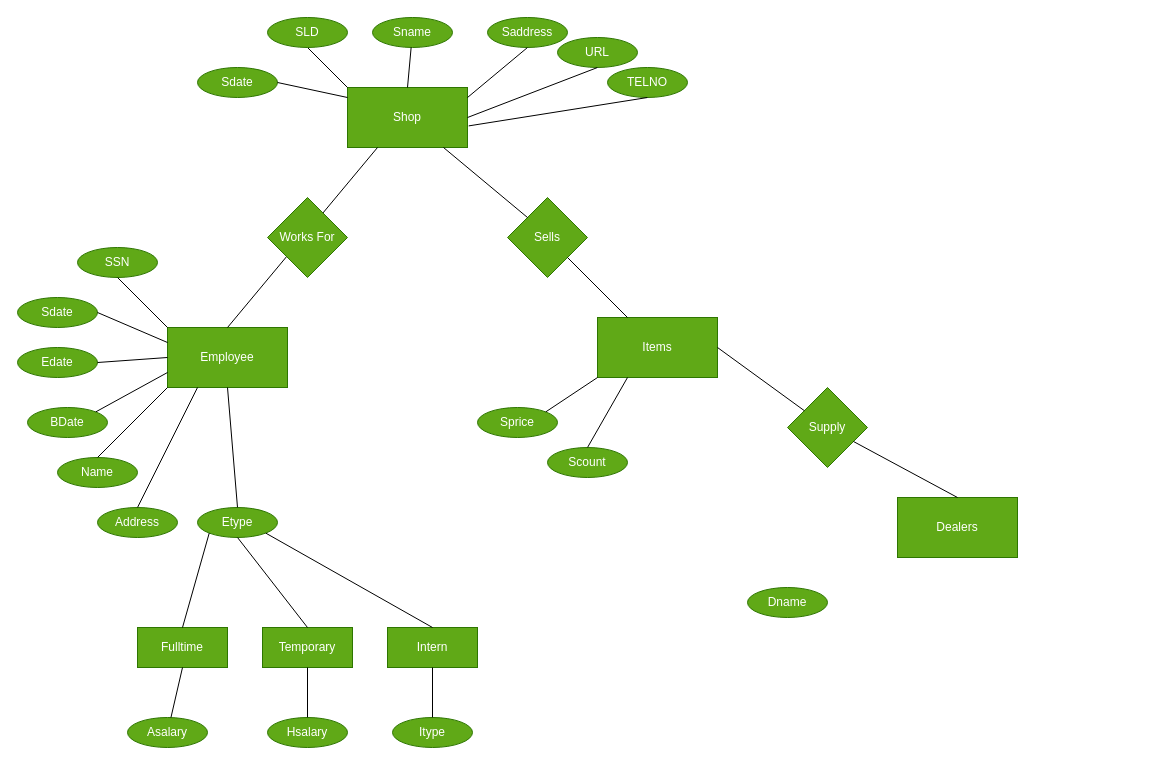
This is EER_Diagram.drawio from n1ck007/cse3330_project, a draw.io file, before an edit. Source tidied: cells renumbered, new cells numbered last; positions are measured from the earlier drawing's top-left corner, leaving out a move shared by most shapes. Both pictures are drawn from the tidied source at 100%, with x=0, y=0 at pixel (17, 17).
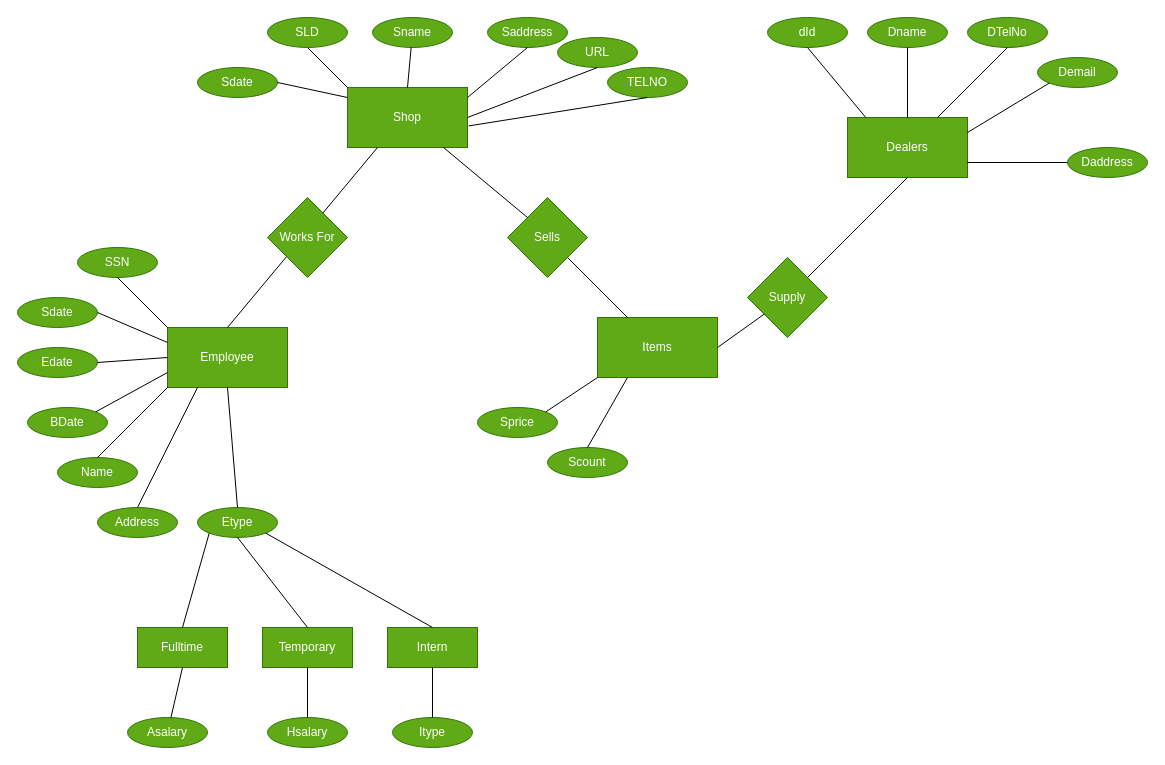
Above is the later version.

Change to the diagram source:
```diff
@@
     <mxCell id="38" value="Dealers" style="rounded=0;whiteSpace=wrap;html=1;fillColor=#60a917;fontColor=#ffffff;strokeColor=#2D7600;" parent="1" vertex="1">
-      <mxGeometry x="880" y="480" width="120" height="60" as="geometry" />
+      <mxGeometry x="830" y="100" width="120" height="60" as="geometry" />
     </mxCell>
     <mxCell id="39" value="Supply" style="rhombus;whiteSpace=wrap;html=1;fillColor=#60a917;fontColor=#ffffff;strokeColor=#2D7600;" parent="1" vertex="1">
-      <mxGeometry x="770" y="370" width="80" height="80" as="geometry" />
+      <mxGeometry x="730" y="240" width="80" height="80" as="geometry" />
     </mxCell>
-    <mxCell id="40" style="endArrow=none;html=1;rounded=0;exitX=0.5;exitY=0;exitDx=0;exitDy=0;" parent="1" edge="1" source="38" target="39">
+    <mxCell id="40" style="endArrow=none;html=1;rounded=0;exitX=0.5;exitY=1;exitDx=0;exitDy=0;" parent="1" edge="1" source="38" target="39">
       <mxGeometry relative="1" as="geometry" />
     </mxCell>
@@
     <mxCell id="42" value="Dname" style="ellipse;whiteSpace=wrap;html=1;fillColor=#60a917;fontColor=#ffffff;strokeColor=#2D7600;" parent="1" vertex="1">
-      <mxGeometry x="730" y="570" width="80" height="30" as="geometry" />
+      <mxGeometry x="850" width="80" height="30" as="geometry" />
     </mxCell>
@@
+    <mxCell id="57" value="dId" style="ellipse;whiteSpace=wrap;html=1;fillColor=#60a917;fontColor=#ffffff;strokeColor=#2D7600;" parent="1" vertex="1">
+      <mxGeometry x="750" width="80" height="30" as="geometry" />
+    </mxCell>
+    <mxCell id="58" style="endArrow=none;html=1;rounded=0;entryX=0.5;entryY=1;entryDx=0;entryDy=0;exitX=0.152;exitY=-0.001;exitDx=0;exitDy=0;exitPerimeter=0;" parent="1" edge="1" source="38" target="57">
+      <mxGeometry relative="1" as="geometry" />
+    </mxCell>
+    <mxCell id="59" style="endArrow=none;html=1;rounded=0;entryX=0.5;entryY=1;entryDx=0;entryDy=0;exitX=0.5;exitY=0;exitDx=0;exitDy=0;" parent="1" edge="1" source="38" target="42">
+      <mxGeometry relative="1" as="geometry" />
+    </mxCell>
+    <mxCell id="60" value="DTelNo" style="ellipse;whiteSpace=wrap;html=1;fillColor=#60a917;fontColor=#ffffff;strokeColor=#2D7600;" parent="1" vertex="1">
+      <mxGeometry x="950" width="80" height="30" as="geometry" />
+    </mxCell>
+    <mxCell id="61" style="endArrow=none;html=1;rounded=0;entryX=0.5;entryY=1;entryDx=0;entryDy=0;exitX=0.75;exitY=0;exitDx=0;exitDy=0;" parent="1" edge="1" source="38" target="60">
+      <mxGeometry relative="1" as="geometry" />
+    </mxCell>
+    <mxCell id="62" value="&lt;br&gt;Demail&lt;div&gt;&lt;br&gt;&lt;/div&gt;" style="ellipse;whiteSpace=wrap;html=1;fillColor=#60a917;fontColor=#ffffff;strokeColor=#2D7600;" parent="1" vertex="1">
+      <mxGeometry x="1020" y="40" width="80" height="30" as="geometry" />
+    </mxCell>
+    <mxCell id="63" value="Daddress" style="ellipse;whiteSpace=wrap;html=1;fillColor=#60a917;fontColor=#ffffff;strokeColor=#2D7600;" parent="1" vertex="1">
+      <mxGeometry x="1050" y="130" width="80" height="30" as="geometry" />
+    </mxCell>
+    <mxCell id="64" style="endArrow=none;html=1;rounded=0;entryX=0;entryY=0.5;entryDx=0;entryDy=0;exitX=1;exitY=0.75;exitDx=0;exitDy=0;" parent="1" edge="1" source="38" target="63">
+      <mxGeometry relative="1" as="geometry" />
+    </mxCell>
+    <mxCell id="65" style="endArrow=none;html=1;rounded=0;entryX=0;entryY=1;entryDx=0;entryDy=0;exitX=1;exitY=0.25;exitDx=0;exitDy=0;" parent="1" edge="1" source="38" target="62">
+      <mxGeometry relative="1" as="geometry" />
+    </mxCell>
```
